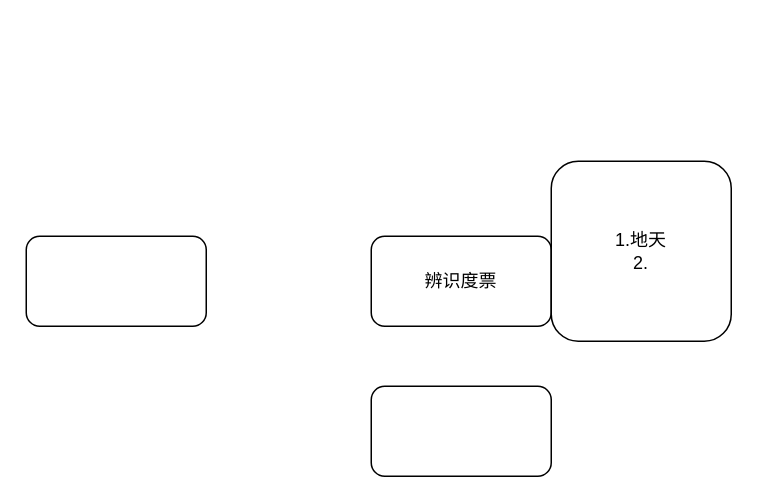
Above: menus/信息加工处理提取图.drawio in Asamiyaa/microservice-k8s-yun (draw.io), before the change. Source tidied: cells renumbered, new cells numbered last; positions are measured from the earlier drawing's top-left corner, leaving out a move shared by most shapes. Both pictures are drawn from the tidied source at 150%, with x=0, y=0 at pixel (26, 160).
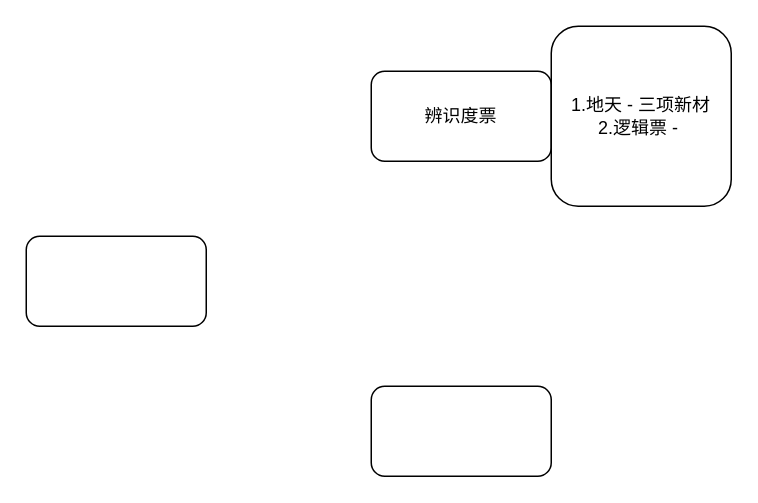
After the change.

Commit message (it also covers changes not shown here):
更新信息加工处理提取图.drawio

Change to the diagram source:
```diff
@@
 <mxGraphModel>
   <root>
     <mxCell id="0" />
     <mxCell id="1" parent="0" />
     <mxCell id="2" style="rounded=1;whiteSpace=wrap;html=1;" parent="1" vertex="1">
       <mxGeometry y="50" width="120" height="60" as="geometry" />
     </mxCell>
     <mxCell id="3" value="辨识度票" style="rounded=1;whiteSpace=wrap;html=1;" parent="1" vertex="1">
-      <mxGeometry x="230" y="50" width="120" height="60" as="geometry" />
+      <mxGeometry x="230" y="-60" width="120" height="60" as="geometry" />
     </mxCell>
     <mxCell id="4" style="rounded=1;whiteSpace=wrap;html=1;" parent="1" vertex="1">
       <mxGeometry x="230" y="150" width="120" height="60" as="geometry" />
     </mxCell>
-    <mxCell id="5" value="1.地天&lt;div&gt;2.&lt;/div&gt;" style="rounded=1;whiteSpace=wrap;html=1;" parent="1" vertex="1">
-      <mxGeometry x="350" width="120" height="120" as="geometry" />
+    <mxCell id="5" value="1.地天 - 三项新材&lt;div&gt;2.逻辑票 -&amp;nbsp;&lt;/div&gt;" style="rounded=1;whiteSpace=wrap;html=1;" parent="1" vertex="1">
+      <mxGeometry x="350" y="-90" width="120" height="120" as="geometry" />
     </mxCell>
   </root>
 </mxGraphModel>
```
